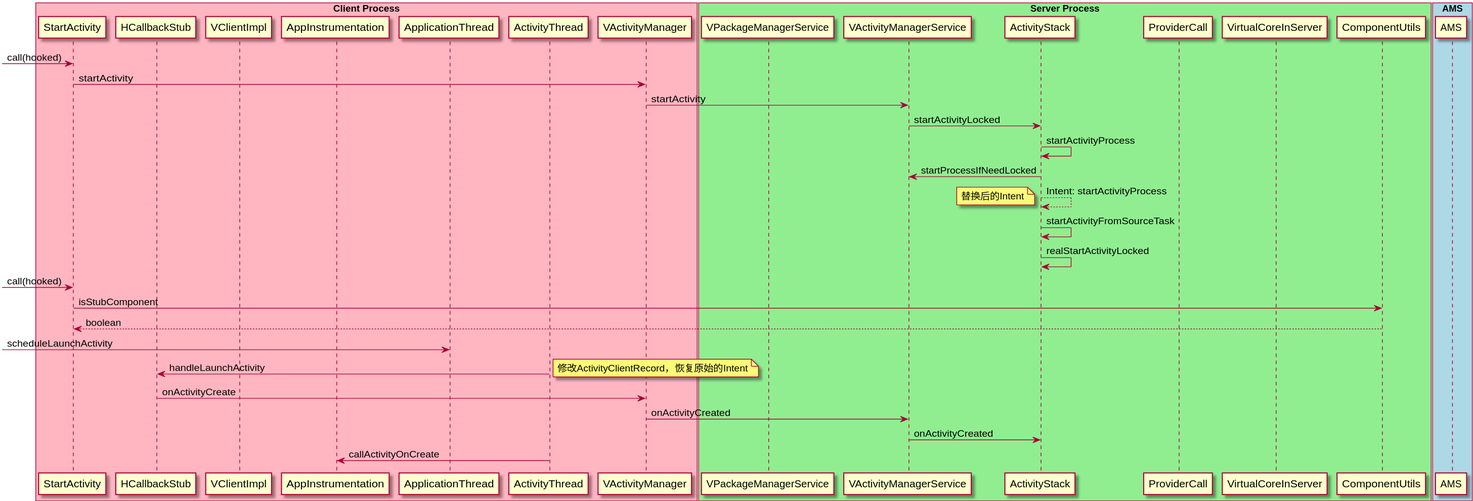
Above: VirtualApp/startActivityStandardInSameProcess.svg in skyoung09/VirtualApp (PlantUML), before the change.
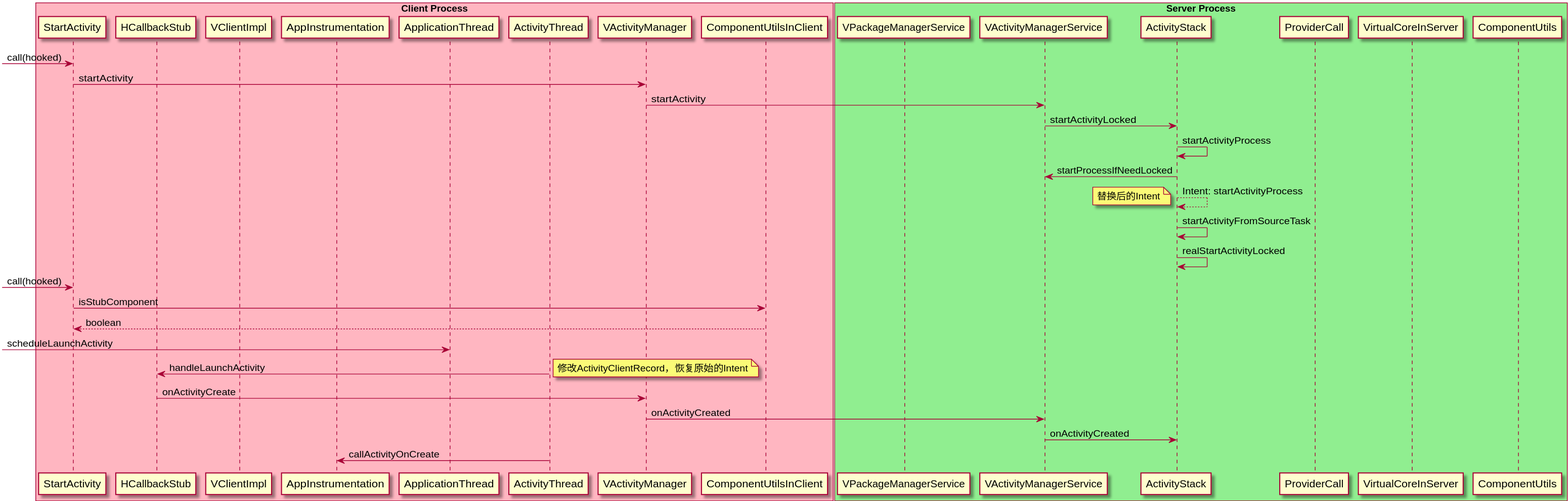
Above is the later version.

Diff of the diagram source:
```diff
@@ -7,6 +7,7 @@
 participant ApplicationThread
 participant ActivityThread
 participant VActivityManager
+participant ComponentUtilsInClient
 end box
 
 box "Server Process" #LightGreen
@@ -16,10 +17,6 @@
 participant ProviderCall
 participant VirtualCoreInServer
 participant ComponentUtils
-end box
-
-box "AMS" #LightBlue
-participant AMS
 end box
 
 -> StartActivity: call(hooked)
@@ -36,8 +33,8 @@
 ActivityStack -> ActivityStack: realStartActivityLocked
 
 -> StartActivity: call(hooked)
-StartActivity -> ComponentUtils: isStubComponent
-ComponentUtils --> StartActivity : boolean
+StartActivity -> ComponentUtilsInClient: isStubComponent
+ComponentUtilsInClient --> StartActivity : boolean
 
 -> ApplicationThread: scheduleLaunchActivity
 ActivityThread -> HCallbackStub: handleLaunchActivity
```
